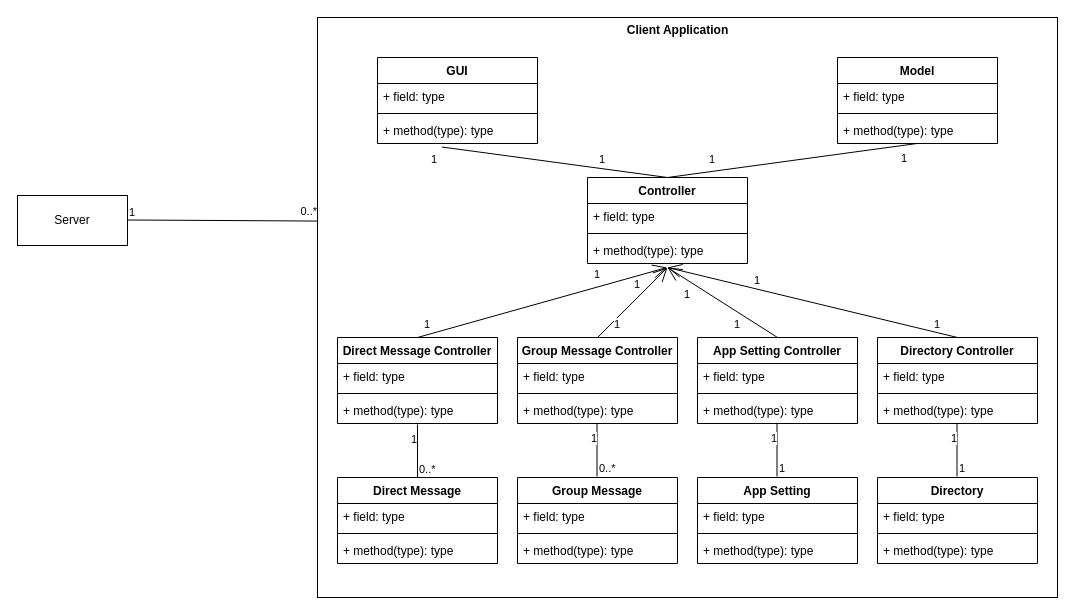
The draw.io diagram page "Client" (2 of 2) of Class_Diagram/Class_Diagram.drawio in Derion12/CS401_Communication_Project_Sp24, before the edit. Source tidied: cells renumbered, new cells numbered last; positions are measured from the earlier drawing's top-left corner, leaving out a move shared by most shapes. Both pictures are drawn from the tidied source at 100%, with x=0, y=0 at pixel (17, 17).
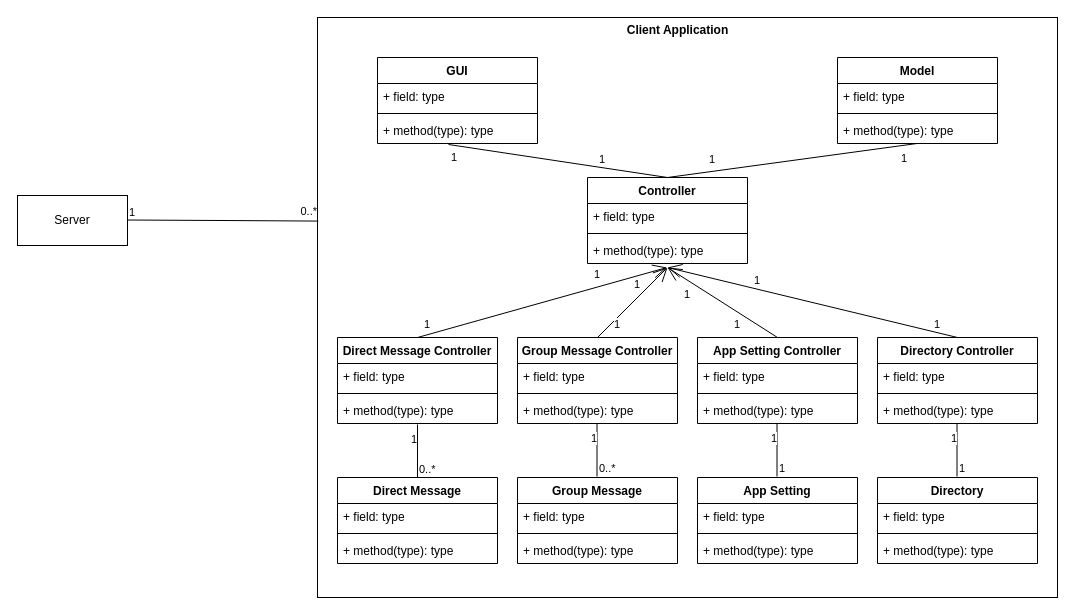
After the change.

The change refers to these unchanged cells:
```xml
<mxCell id="6" value="+ method(type): type" style="text;strokeColor=none;fillColor=none;align=left;verticalAlign=top;spacingLeft=4;spacingRight=4;overflow=hidden;points=[[0,0.5],[1,0.5]];portConstraint=eastwest;whiteSpace=wrap;html=1;" parent="3" vertex="1">
  <mxGeometry y="60" width="160" height="26" as="geometry" />
</mxCell>
<mxCell id="11" value="Controller" style="swimlane;fontStyle=1;align=center;verticalAlign=top;horizontal=1;startSize=26;whiteSpace=wrap;html=1;" parent="1" vertex="1">
  <mxGeometry x="570" y="160" width="160" height="86" as="geometry" />
</mxCell>
```

Diff of the diagram source:
```diff
@@
-    <mxCell id="66" style="endArrow=none;html=1;rounded=0;entryX=0.403;entryY=1.135;entryDx=0;entryDy=0;entryPerimeter=0;exitX=0.5;exitY=0;exitDx=0;exitDy=0;" parent="1" edge="1" source="11" target="6">
+    <mxCell id="66" style="endArrow=none;html=1;rounded=0;entryX=0.444;entryY=1.038;entryDx=0;entryDy=0;entryPerimeter=0;exitX=0.5;exitY=0;exitDx=0;exitDy=0;" parent="1" edge="1" source="11" target="6">
       <mxGeometry relative="1" as="geometry" />
     </mxCell>
@@
     <mxCell id="68" value="1" style="edgeLabel;html=1;align=right;verticalAlign=bottom;" parent="66" vertex="1">
       <mxGeometry x="1" relative="1" as="geometry">
-        <mxPoint x="-4" y="21" as="offset" />
+        <mxPoint x="9" y="21" as="offset" />
       </mxGeometry>
     </mxCell>
```
